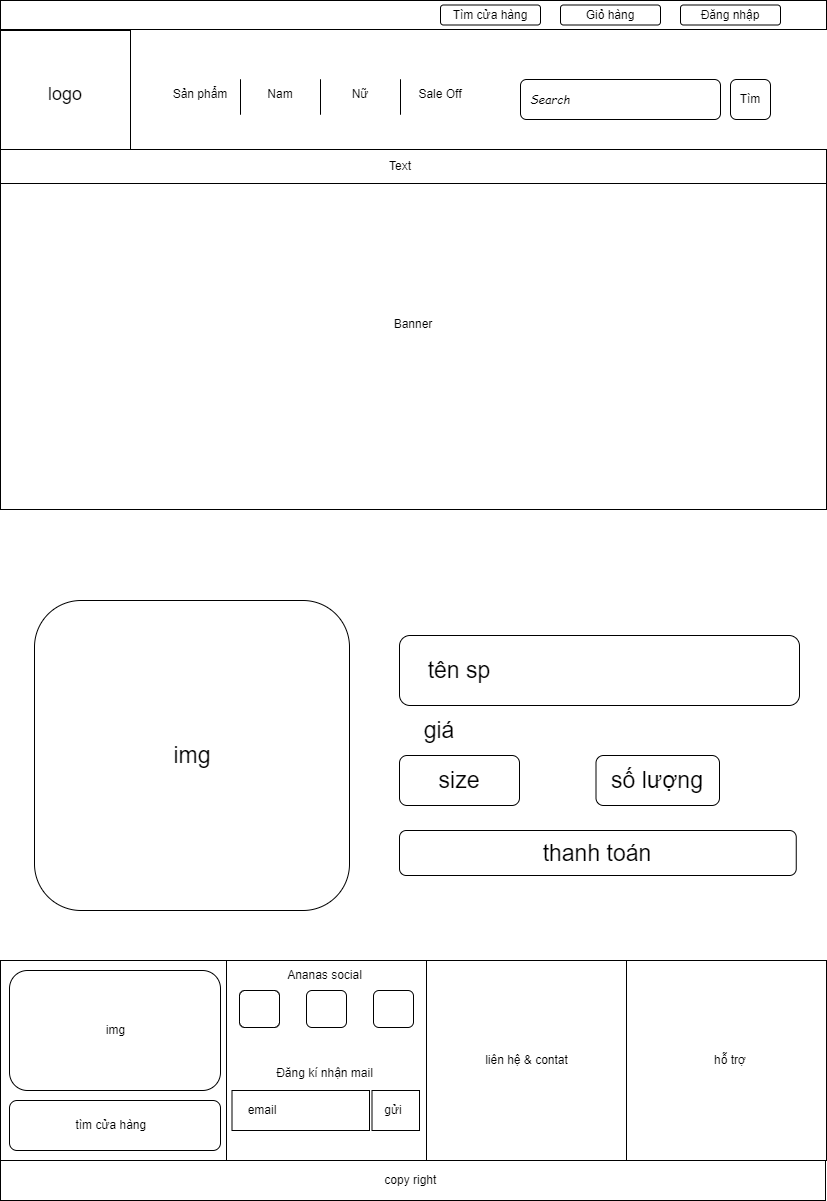
Above: assignment/img/page2(desktop).png in z3dat/web106_ph36652 (draw.io), before the change. Source tidied: cells renumbered, new cells last; positions are measured from the earlier drawing's top-left corner, leaving out a move shared by most shapes.
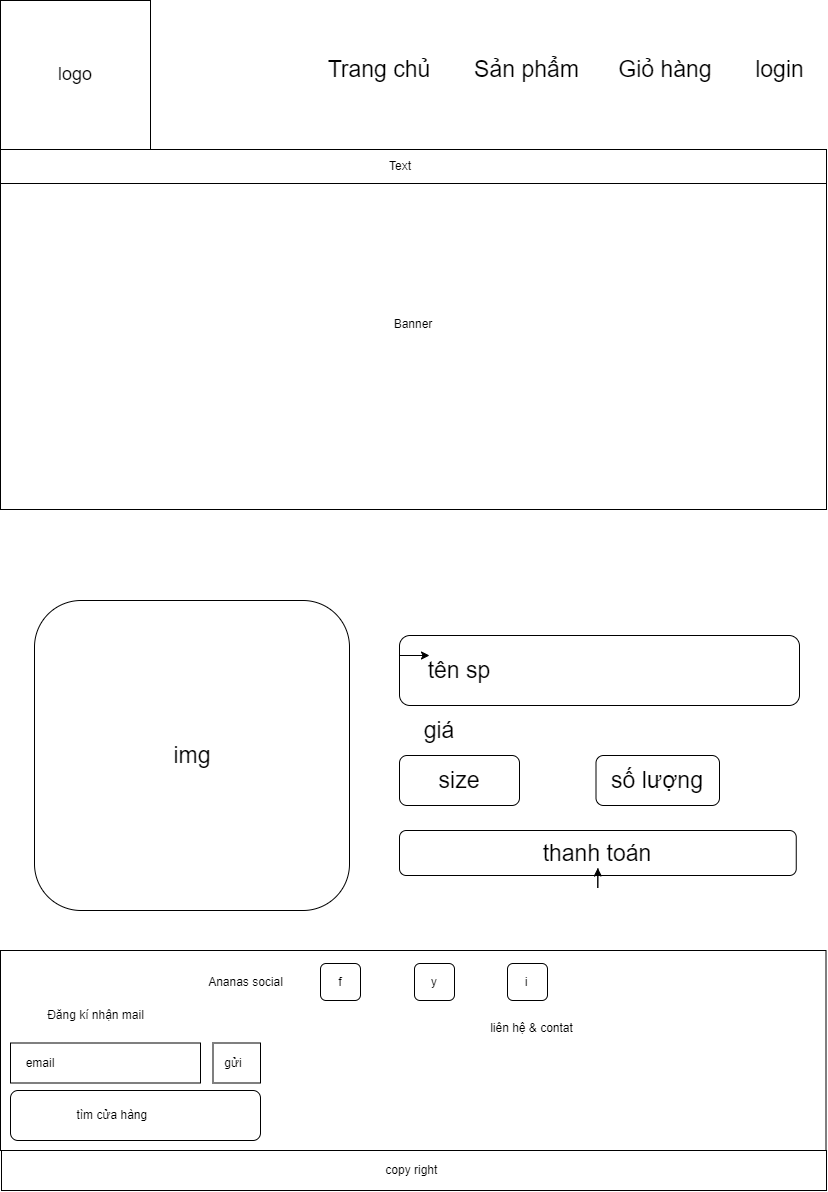
After the change.

Diff of the diagram source:
```diff
@@ -2,87 +2,6 @@
   <root>
     <mxCell id="0" />
     <mxCell id="1" parent="0" />
-    <mxCell id="2" style="rounded=0;whiteSpace=wrap;html=1;" parent="1" vertex="1">
-      <mxGeometry width="826" height="29" as="geometry" />
-    </mxCell>
-    <mxCell id="3" style="rounded=1;whiteSpace=wrap;html=1;" parent="1" vertex="1">
-      <mxGeometry x="680" y="4.5" width="100" height="20" as="geometry" />
-    </mxCell>
-    <mxCell id="4" style="rounded=1;whiteSpace=wrap;html=1;" parent="1" vertex="1">
-      <mxGeometry x="560" y="4.5" width="100" height="20" as="geometry" />
-    </mxCell>
-    <mxCell id="5" style="rounded=1;whiteSpace=wrap;html=1;" parent="1" vertex="1">
-      <mxGeometry x="440" y="4.5" width="100" height="20" as="geometry" />
-    </mxCell>
-    <mxCell id="6" style="edgeStyle=orthogonalEdgeStyle;rounded=0;orthogonalLoop=1;jettySize=auto;html=1;exitX=0.5;exitY=1;exitDx=0;exitDy=0;" parent="1" edge="1" source="3" target="3">
-      <mxGeometry relative="1" as="geometry" />
-    </mxCell>
-    <mxCell id="7" value="Tìm cửa hàng" style="text;html=1;strokeColor=none;fillColor=none;align=center;verticalAlign=middle;whiteSpace=wrap;rounded=0;" parent="1" vertex="1">
-      <mxGeometry x="450" width="80" height="30" as="geometry" />
-    </mxCell>
-    <mxCell id="8" value="Giỏ hàng" style="text;html=1;strokeColor=none;fillColor=none;align=center;verticalAlign=middle;whiteSpace=wrap;rounded=0;" parent="1" vertex="1">
-      <mxGeometry x="570" width="80" height="30" as="geometry" />
-    </mxCell>
-    <mxCell id="9" value="Đăng nhập" style="text;html=1;strokeColor=none;fillColor=none;align=center;verticalAlign=middle;whiteSpace=wrap;rounded=0;" parent="1" vertex="1">
-      <mxGeometry x="690" width="80" height="30" as="geometry" />
-    </mxCell>
-    <mxCell id="10" style="rounded=0;whiteSpace=wrap;html=1;" parent="1" vertex="1">
-      <mxGeometry y="30" width="130" height="119" as="geometry" />
-    </mxCell>
-    <mxCell id="11" style="rounded=1;whiteSpace=wrap;html=1;" parent="1" vertex="1">
-      <mxGeometry x="520" y="79" width="200" height="40" as="geometry" />
-    </mxCell>
-    <mxCell id="12" style="rounded=1;whiteSpace=wrap;html=1;" parent="1" vertex="1">
-      <mxGeometry x="730" y="79" width="40" height="40" as="geometry" />
-    </mxCell>
-    <mxCell id="13" value="Sản phẩm" style="text;html=1;strokeColor=none;fillColor=none;align=center;verticalAlign=middle;whiteSpace=wrap;rounded=0;" parent="1" vertex="1">
-      <mxGeometry x="160" y="79" width="80" height="30" as="geometry" />
-    </mxCell>
-    <mxCell id="14" value="Nam" style="text;html=1;strokeColor=none;fillColor=none;align=center;verticalAlign=middle;whiteSpace=wrap;rounded=0;" parent="1" vertex="1">
-      <mxGeometry x="240" y="79" width="80" height="30" as="geometry" />
-    </mxCell>
-    <mxCell id="15" value="Nữ" style="text;html=1;strokeColor=none;fillColor=none;align=center;verticalAlign=middle;whiteSpace=wrap;rounded=0;" parent="1" vertex="1">
-      <mxGeometry x="320" y="79" width="80" height="30" as="geometry" />
-    </mxCell>
-    <mxCell id="16" value="Sale Off" style="text;html=1;strokeColor=none;fillColor=none;align=center;verticalAlign=middle;whiteSpace=wrap;rounded=0;" parent="1" vertex="1">
-      <mxGeometry x="400" y="79" width="80" height="30" as="geometry" />
-    </mxCell>
-    <mxCell id="17" style="endArrow=none;html=1;rounded=0;" parent="1" edge="1">
-      <mxGeometry relative="1" as="geometry">
-        <mxPoint x="240" y="114" as="sourcePoint" />
-        <mxPoint x="240" y="114" as="targetPoint" />
-        <Array as="points">
-          <mxPoint x="240" y="79" />
-        </Array>
-      </mxGeometry>
-    </mxCell>
-    <mxCell id="18" style="endArrow=none;html=1;rounded=0;" parent="1" edge="1">
-      <mxGeometry relative="1" as="geometry">
-        <mxPoint x="320" y="114" as="sourcePoint" />
-        <mxPoint x="320" y="114" as="targetPoint" />
-        <Array as="points">
-          <mxPoint x="320" y="79" />
-        </Array>
-      </mxGeometry>
-    </mxCell>
-    <mxCell id="19" style="endArrow=none;html=1;rounded=0;" parent="1" edge="1">
-      <mxGeometry relative="1" as="geometry">
-        <mxPoint x="400" y="114" as="sourcePoint" />
-        <mxPoint x="400" y="114" as="targetPoint" />
-        <Array as="points">
-          <mxPoint x="400" y="79" />
-        </Array>
-      </mxGeometry>
-    </mxCell>
-    <mxCell id="20" value="&lt;font style=&quot;font-size: 18px;&quot;&gt;logo&lt;/font&gt;" style="text;html=1;strokeColor=none;fillColor=none;align=center;verticalAlign=middle;whiteSpace=wrap;rounded=0;" parent="1" vertex="1">
-      <mxGeometry x="35" y="79" width="60" height="30" as="geometry" />
-    </mxCell>
-    <mxCell id="21" value="Tìm" style="text;html=1;strokeColor=none;fillColor=none;align=center;verticalAlign=middle;whiteSpace=wrap;rounded=0;" parent="1" vertex="1">
-      <mxGeometry x="720" y="84" width="60" height="30" as="geometry" />
-    </mxCell>
-    <mxCell id="22" value="Search" style="text;html=1;strokeColor=none;fillColor=none;align=center;verticalAlign=middle;whiteSpace=wrap;rounded=0;fontStyle=2;fontFamily=Comic Sans MS;" parent="1" vertex="1">
-      <mxGeometry x="520" y="84" width="60" height="30" as="geometry" />
-    </mxCell>
     <mxCell id="23" style="rounded=0;whiteSpace=wrap;html=1;" parent="1" vertex="1">
       <mxGeometry y="149" width="826" height="34" as="geometry" />
     </mxCell>
@@ -131,68 +50,80 @@
     <mxCell id="38" style="edgeStyle=orthogonalEdgeStyle;rounded=0;orthogonalLoop=1;jettySize=auto;html=1;exitX=0.5;exitY=1;exitDx=0;exitDy=0;" parent="1" edge="1" source="37" target="37">
       <mxGeometry relative="1" as="geometry" />
     </mxCell>
-    <mxCell id="39" style="rounded=0;whiteSpace=wrap;html=1;" parent="1" vertex="1">
-      <mxGeometry y="960" width="230" height="200" as="geometry" />
-    </mxCell>
-    <mxCell id="40" style="rounded=0;whiteSpace=wrap;html=1;" parent="1" vertex="1">
-      <mxGeometry x="226" y="960" width="200" height="200" as="geometry" />
-    </mxCell>
-    <mxCell id="41" style="rounded=0;whiteSpace=wrap;html=1;" parent="1" vertex="1">
-      <mxGeometry x="626" y="960" width="200" height="200" as="geometry" />
-    </mxCell>
-    <mxCell id="42" style="rounded=0;whiteSpace=wrap;html=1;" parent="1" vertex="1">
-      <mxGeometry x="426" y="960" width="200" height="200" as="geometry" />
-    </mxCell>
-    <mxCell id="43" style="rounded=1;whiteSpace=wrap;html=1;" parent="1" vertex="1">
-      <mxGeometry x="9" y="970" width="211" height="120" as="geometry" />
-    </mxCell>
-    <mxCell id="44" value="img" style="text;html=1;strokeColor=none;fillColor=none;align=center;verticalAlign=middle;whiteSpace=wrap;rounded=0;" parent="1" vertex="1">
-      <mxGeometry x="67.5" y="1002.5" width="95" height="55" as="geometry" />
-    </mxCell>
-    <mxCell id="45" style="rounded=1;whiteSpace=wrap;html=1;" parent="1" vertex="1">
-      <mxGeometry x="9" y="1100" width="211" height="50" as="geometry" />
-    </mxCell>
+    <mxCell id="60" style="rounded=0;whiteSpace=wrap;html=1;" parent="1" vertex="1">
+      <mxGeometry width="150" height="149" as="geometry" />
+    </mxCell>
+    <mxCell id="61" value="login" style="text;html=1;strokeColor=none;fillColor=none;align=center;verticalAlign=middle;whiteSpace=wrap;rounded=0;fontSize=23;" parent="1" vertex="1">
+      <mxGeometry x="733" y="49.2" width="93" height="40" as="geometry" />
+    </mxCell>
+    <mxCell id="20" value="&lt;font style=&quot;font-size: 18px;&quot;&gt;logo&lt;/font&gt;" style="text;html=1;strokeColor=none;fillColor=none;align=center;verticalAlign=middle;whiteSpace=wrap;rounded=0;" parent="1" vertex="1">
+      <mxGeometry x="44.5" y="59.2" width="60" height="30" as="geometry" />
+    </mxCell>
+    <mxCell id="8" value="Giỏ hàng" style="text;html=1;strokeColor=none;fillColor=none;align=center;verticalAlign=middle;whiteSpace=wrap;rounded=0;fontSize=23;" parent="1" vertex="1">
+      <mxGeometry x="609.5" y="49.2" width="109.5" height="40" as="geometry" />
+    </mxCell>
+    <mxCell id="13" value="Sản phẩm" style="text;html=1;strokeColor=none;fillColor=none;align=center;verticalAlign=middle;whiteSpace=wrap;rounded=0;fontSize=23;" parent="1" vertex="1">
+      <mxGeometry x="469.5" y="49.2" width="113" height="40" as="geometry" />
+    </mxCell>
+    <mxCell id="62" value="Trang chủ" style="text;html=1;strokeColor=none;fillColor=none;align=center;verticalAlign=middle;whiteSpace=wrap;rounded=0;fontSize=23;" parent="1" vertex="1">
+      <mxGeometry x="319" y="49.2" width="120" height="40" as="geometry" />
+    </mxCell>
+    <mxCell id="63" style="edgeStyle=orthogonalEdgeStyle;rounded=0;orthogonalLoop=1;jettySize=auto;html=1;exitX=0;exitY=0;exitDx=0;exitDy=0;entryX=0.25;entryY=0;entryDx=0;entryDy=0;" parent="1" edge="1" source="30" target="30">
+      <mxGeometry relative="1" as="geometry" />
+    </mxCell>
+    <mxCell id="64" style="rounded=0;whiteSpace=wrap;html=1;" parent="1" vertex="1">
+      <mxGeometry y="950" width="825.5" height="200" as="geometry" />
+    </mxCell>
+    <mxCell id="65" style="rounded=1;whiteSpace=wrap;html=1;" parent="1" vertex="1">
+      <mxGeometry x="10" y="1090" width="250" height="50" as="geometry" />
+    </mxCell>
     <mxCell id="46" value="tìm cửa hàng&amp;nbsp;" style="text;html=1;strokeColor=none;fillColor=none;align=center;verticalAlign=middle;whiteSpace=wrap;rounded=0;" parent="1" vertex="1">
-      <mxGeometry x="66" y="1110" width="93" height="30" as="geometry" />
+      <mxGeometry x="67" y="1100" width="93" height="30" as="geometry" />
     </mxCell>
     <mxCell id="47" value="Ananas social" style="text;html=1;strokeColor=none;fillColor=none;align=center;verticalAlign=middle;whiteSpace=wrap;rounded=0;" parent="1" vertex="1">
-      <mxGeometry x="230" y="960" width="189" height="30" as="geometry" />
+      <mxGeometry x="151" y="966.5" width="189" height="30" as="geometry" />
     </mxCell>
     <mxCell id="48" value="liên hệ &amp;amp; contat" style="text;html=1;strokeColor=none;fillColor=none;align=center;verticalAlign=middle;whiteSpace=wrap;rounded=0;" parent="1" vertex="1">
-      <mxGeometry x="482.5" y="1045" width="87" height="30" as="geometry" />
+      <mxGeometry x="488" y="1012.5" width="87" height="30" as="geometry" />
     </mxCell>
-    <mxCell id="49" value="hỗ trợ" style="text;html=1;strokeColor=none;fillColor=none;align=center;verticalAlign=middle;whiteSpace=wrap;rounded=0;" parent="1" vertex="1">
-      <mxGeometry x="700" y="1045" width="60" height="30" as="geometry" />
-    </mxCell>
-    <mxCell id="50" style="rounded=0;whiteSpace=wrap;html=1;" parent="1" vertex="1">
-      <mxGeometry y="1160" width="825" height="40" as="geometry" />
-    </mxCell>
+    <mxCell id="66" style="rounded=0;whiteSpace=wrap;html=1;" parent="1" vertex="1">
+      <mxGeometry x="1" y="1150" width="825" height="40" as="geometry" />
+    </mxCell>
     <mxCell id="51" value="copy right&amp;nbsp;" style="text;html=1;strokeColor=none;fillColor=none;align=center;verticalAlign=middle;whiteSpace=wrap;rounded=0;" parent="1" vertex="1">
-      <mxGeometry x="382" y="1165" width="60" height="30" as="geometry" />
+      <mxGeometry x="383" y="1155" width="60" height="30" as="geometry" />
     </mxCell>
-    <mxCell id="52" style="rounded=1;whiteSpace=wrap;html=1;" parent="1" vertex="1">
-      <mxGeometry x="239" y="990" width="40" height="37" as="geometry" />
-    </mxCell>
-    <mxCell id="53" style="rounded=1;whiteSpace=wrap;html=1;" parent="1" vertex="1">
-      <mxGeometry x="306" y="990" width="40" height="37" as="geometry" />
-    </mxCell>
-    <mxCell id="54" style="rounded=1;whiteSpace=wrap;html=1;" parent="1" vertex="1">
-      <mxGeometry x="373" y="990" width="40" height="37" as="geometry" />
-    </mxCell>
+    <mxCell id="67" style="rounded=1;whiteSpace=wrap;html=1;" parent="1" vertex="1">
+      <mxGeometry x="320" y="963" width="40" height="37" as="geometry" />
+    </mxCell>
+    <mxCell id="68" style="rounded=1;whiteSpace=wrap;html=1;" parent="1" vertex="1">
+      <mxGeometry x="414" y="963" width="40" height="37" as="geometry" />
+    </mxCell>
+    <mxCell id="69" style="rounded=1;whiteSpace=wrap;html=1;" parent="1" vertex="1">
+      <mxGeometry x="507" y="963" width="40" height="37" as="geometry" />
+    </mxCell>
     <mxCell id="55" value="Đăng kí nhận mail" style="text;html=1;strokeColor=none;fillColor=none;align=center;verticalAlign=middle;whiteSpace=wrap;rounded=0;" parent="1" vertex="1">
-      <mxGeometry x="230" y="1057.5" width="189" height="30" as="geometry" />
+      <mxGeometry x="1" y="1000" width="189" height="30" as="geometry" />
     </mxCell>
-    <mxCell id="56" style="rounded=0;whiteSpace=wrap;html=1;" parent="1" vertex="1">
-      <mxGeometry x="231.5" y="1090" width="137.5" height="40" as="geometry" />
-    </mxCell>
-    <mxCell id="57" style="rounded=0;whiteSpace=wrap;html=1;" parent="1" vertex="1">
-      <mxGeometry x="371.5" y="1090" width="47.5" height="40" as="geometry" />
-    </mxCell>
+    <mxCell id="70" style="rounded=0;whiteSpace=wrap;html=1;" parent="1" vertex="1">
+      <mxGeometry x="10" y="1042.5" width="190" height="40" as="geometry" />
+    </mxCell>
+    <mxCell id="71" style="rounded=0;whiteSpace=wrap;html=1;" parent="1" vertex="1">
+      <mxGeometry x="212.5" y="1042.5" width="47.5" height="40" as="geometry" />
+    </mxCell>
     <mxCell id="58" value="email" style="text;html=1;strokeColor=none;fillColor=none;align=center;verticalAlign=middle;whiteSpace=wrap;rounded=0;" parent="1" vertex="1">
-      <mxGeometry x="231.5" y="1095" width="60" height="30" as="geometry" />
+      <mxGeometry x="10" y="1047.5" width="60" height="30" as="geometry" />
     </mxCell>
     <mxCell id="59" value="gửi" style="text;html=1;strokeColor=none;fillColor=none;align=center;verticalAlign=middle;whiteSpace=wrap;rounded=0;" parent="1" vertex="1">
-      <mxGeometry x="363" y="1095" width="60" height="30" as="geometry" />
+      <mxGeometry x="203" y="1047.5" width="60" height="30" as="geometry" />
     </mxCell>
+    <mxCell id="72" value="f" style="text;html=1;strokeColor=none;fillColor=none;align=center;verticalAlign=middle;whiteSpace=wrap;rounded=0;" parent="1" vertex="1">
+      <mxGeometry x="310" y="967" width="60" height="30" as="geometry" />
+    </mxCell>
+    <mxCell id="73" value="y" style="text;html=1;strokeColor=none;fillColor=none;align=center;verticalAlign=middle;whiteSpace=wrap;rounded=0;" parent="1" vertex="1">
+      <mxGeometry x="404" y="967" width="60" height="30" as="geometry" />
+    </mxCell>
+    <mxCell id="74" value="i" style="text;html=1;strokeColor=none;fillColor=none;align=center;verticalAlign=middle;whiteSpace=wrap;rounded=0;" parent="1" vertex="1">
+      <mxGeometry x="496" y="967" width="60" height="30" as="geometry" />
+    </mxCell>
   </root>
 </mxGraphModel>
```
